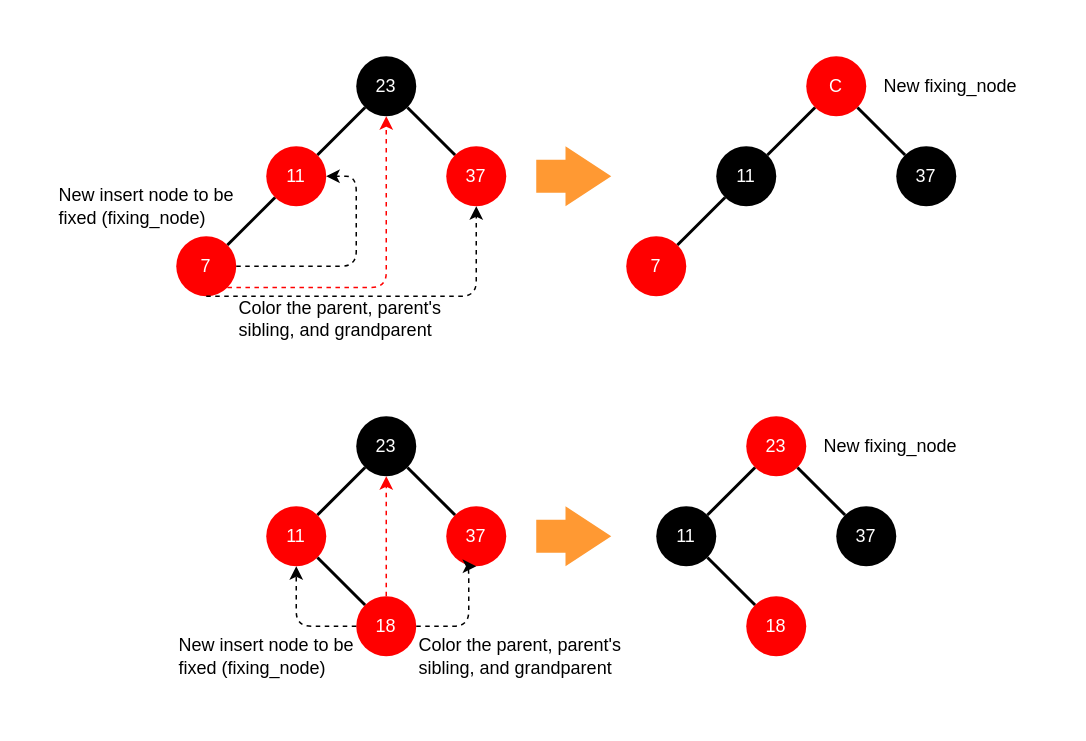
Before: page "case_1" (1 of 7) of diagrams/red_black_tree_insert.drawio in shunsvineyard/pyforest, a draw.io diagram. Source tidied: cells renumbered, new cells numbered last; positions are measured from the earlier drawing's top-left corner, leaving out a move shared by most shapes. Both pictures are drawn from the tidied source at 150%, with x=0, y=0 at pixel (26, 26).
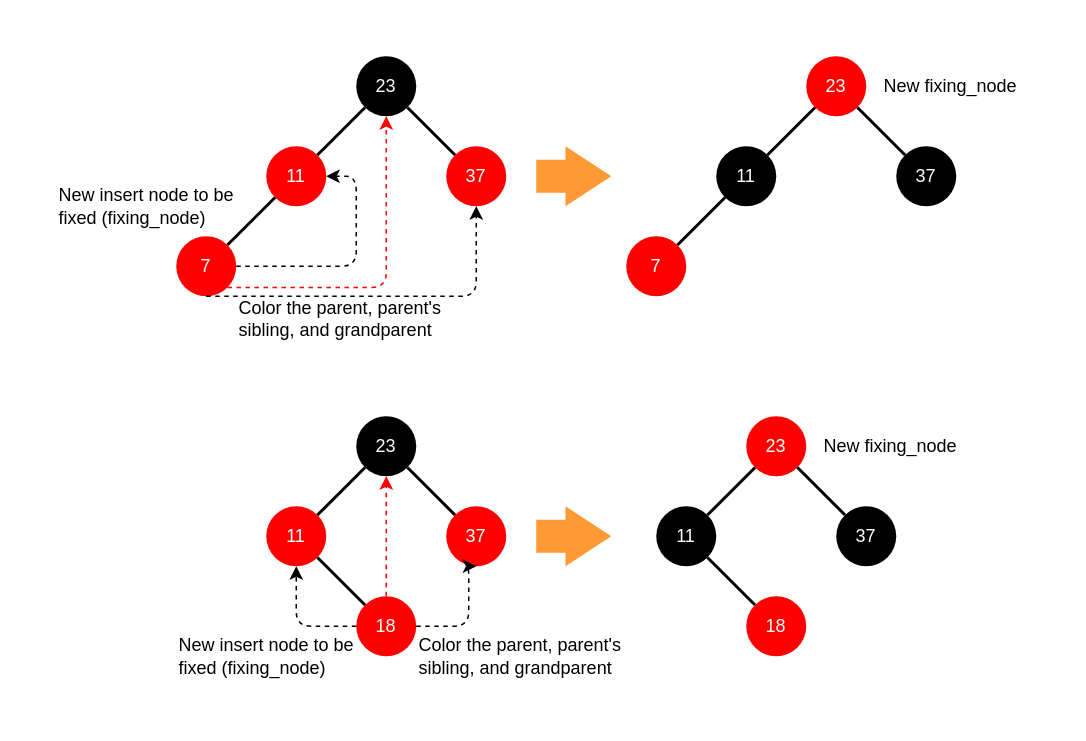
The same diagram, later.

What changed in the source:
```diff
@@
-    <mxCell id="10" value="C" style="ellipse;whiteSpace=wrap;html=1;strokeColor=none;strokeWidth=2;fillColor=#FF0000;fontColor=#ffffff;" parent="1" vertex="1">
+    <mxCell id="10" value="23" style="ellipse;whiteSpace=wrap;html=1;strokeColor=none;strokeWidth=2;fillColor=#FF0000;fontColor=#ffffff;" parent="1" vertex="1">
       <mxGeometry x="520" y="20" width="40" height="40" as="geometry" />
     </mxCell>
```
